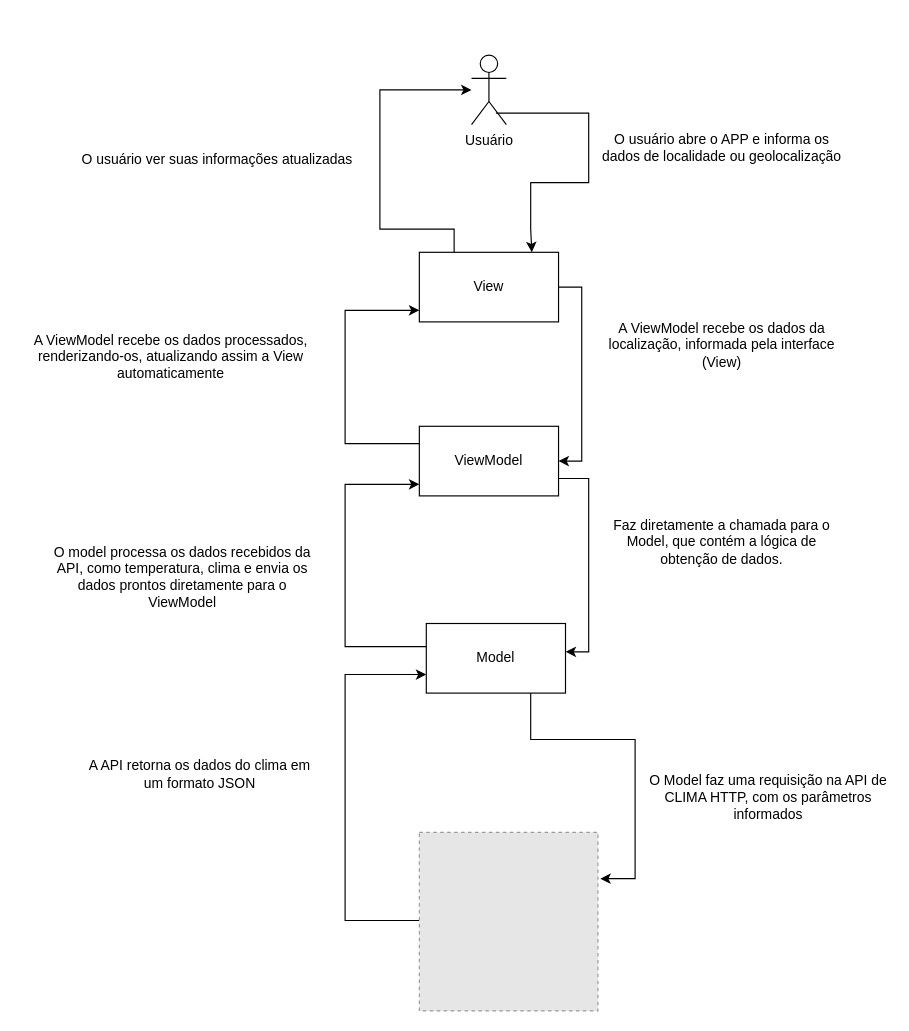
Above: Diagrama sem nome.drawio in joaocarlos-m-b/AOP2-ARQ_SISTEMAS (draw.io), before the change. Source tidied: cells renumbered, new cells numbered last; positions are measured from the earlier drawing's top-left corner, leaving out a move shared by most shapes. Both pictures are drawn from the tidied source at 116%, with x=0, y=0 at pixel (31, 55). Pictures stored in the file or linked from it are replaced by grey dashed boxes.
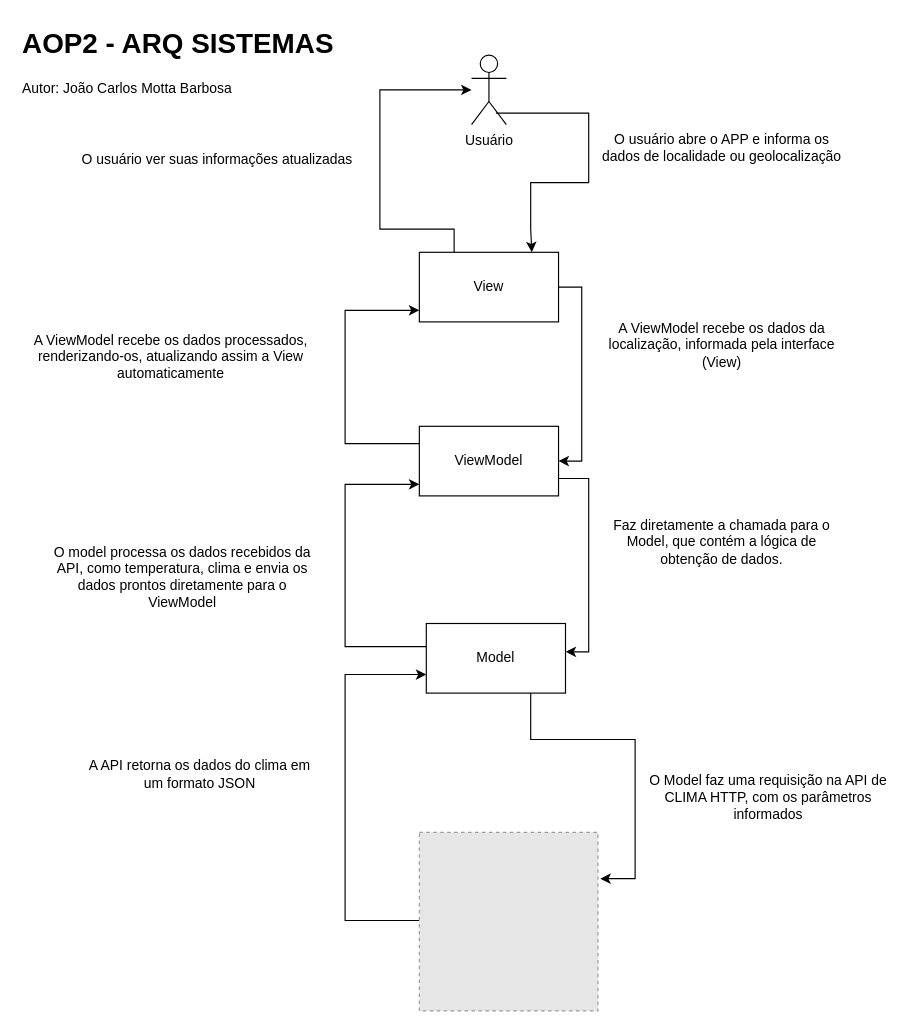
The same page after the edit.

Diff of the diagram source:
```diff
@@
+    <mxCell id="23" value="&lt;h1 style=&quot;margin-top: 0px;&quot;&gt;AOP2 - ARQ SISTEMAS&lt;/h1&gt;&lt;p&gt;Autor: João Carlos Motta Barbosa&lt;br&gt;&lt;/p&gt;" style="text;html=1;whiteSpace=wrap;overflow=hidden;rounded=0;" parent="1" vertex="1">
+      <mxGeometry x="-10" y="-30" width="300" height="90" as="geometry" />
+    </mxCell>
```
